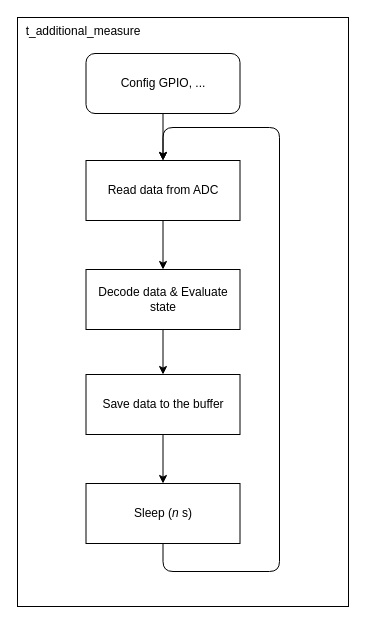
petrkucerak/diplom-thesis keeps this draw.io diagram as schematic/05-sw-flow-running-non-SIL-additional_measure.drawio. Above is the earlier version. Source tidied: cells renumbered, new cells numbered last; positions are measured from the earlier drawing's top-left corner, leaving out a move shared by most shapes. Both pictures are drawn from the tidied source at 100%, with x=0, y=0 at pixel (-520, -102).
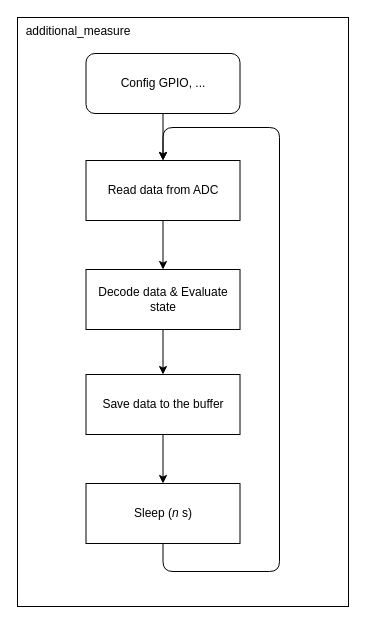
The same diagram, later.

The edit, as a diff of the source:
```diff
@@
 <mxGraphModel>
   <root>
     <mxCell id="0" />
     <mxCell id="1" parent="0" />
-    <mxCell id="2" value="&amp;nbsp; t_additional_measure" style="rounded=0;whiteSpace=wrap;html=1;align=left;verticalAlign=top;" parent="1" vertex="1">
+    <mxCell id="2" value="&amp;nbsp; additional_measure" style="rounded=0;whiteSpace=wrap;html=1;align=left;verticalAlign=top;" parent="1" vertex="1">
       <mxGeometry x="537" y="119" width="331" height="589" as="geometry" />
     </mxCell>
     <mxCell id="3" style="edgeStyle=none;html=1;exitX=0.5;exitY=1;exitDx=0;exitDy=0;" parent="1" edge="1" source="4" target="10">
       <mxGeometry relative="1" as="geometry" />
     </mxCell>
     <mxCell id="4" value="Read data from ADC" style="rounded=0;whiteSpace=wrap;html=1;flipV=1;flipH=1;" parent="1" vertex="1">
       <mxGeometry x="605.5" y="262" width="154" height="60" as="geometry" />
     </mxCell>
     <mxCell id="5" style="edgeStyle=orthogonalEdgeStyle;html=1;exitX=0.5;exitY=1;exitDx=0;exitDy=0;entryX=0.5;entryY=0;entryDx=0;entryDy=0;" parent="1" edge="1" source="6" target="8">
       <mxGeometry relative="1" as="geometry" />
     </mxCell>
     <mxCell id="6" value="Save data to the buffer" style="rounded=0;whiteSpace=wrap;html=1;flipV=1;flipH=1;" parent="1" vertex="1">
       <mxGeometry x="605.5" y="476" width="154" height="60" as="geometry" />
     </mxCell>
     <mxCell id="7" style="edgeStyle=orthogonalEdgeStyle;html=1;exitX=0.5;exitY=1;exitDx=0;exitDy=0;entryX=0.5;entryY=0;entryDx=0;entryDy=0;" parent="1" edge="1" source="8" target="4">
       <mxGeometry relative="1" as="geometry">
         <Array as="points">
           <mxPoint x="682" y="673" />
           <mxPoint x="799" y="673" />
           <mxPoint x="799" y="229" />
           <mxPoint x="682" y="229" />
         </Array>
       </mxGeometry>
     </mxCell>
     <mxCell id="8" value="Sleep (&lt;i&gt;n&lt;/i&gt; s)" style="rounded=0;whiteSpace=wrap;html=1;flipV=1;flipH=1;" parent="1" vertex="1">
       <mxGeometry x="605.5" y="585" width="154" height="60" as="geometry" />
     </mxCell>
     <mxCell id="9" style="edgeStyle=none;html=1;exitX=0.5;exitY=1;exitDx=0;exitDy=0;" parent="1" edge="1" source="10" target="6">
       <mxGeometry relative="1" as="geometry" />
     </mxCell>
     <mxCell id="10" value="Decode data &amp;amp; Evaluate state" style="rounded=0;whiteSpace=wrap;html=1;flipV=1;flipH=1;" parent="1" vertex="1">
       <mxGeometry x="605.5" y="371" width="154" height="60" as="geometry" />
     </mxCell>
     <mxCell id="11" style="edgeStyle=none;html=1;exitX=0.5;exitY=1;exitDx=0;exitDy=0;" parent="1" edge="1" source="12" target="4">
       <mxGeometry relative="1" as="geometry" />
     </mxCell>
     <mxCell id="12" value="Config GPIO, ..." style="rounded=1;whiteSpace=wrap;html=1;flipV=1;flipH=1;" parent="1" vertex="1">
       <mxGeometry x="605.5" y="155" width="154" height="60" as="geometry" />
     </mxCell>
     <mxCell id="13" style="edgeStyle=orthogonalEdgeStyle;html=1;exitX=0.5;exitY=1;exitDx=0;exitDy=0;entryX=0.5;entryY=1;entryDx=0;entryDy=0;" parent="1" edge="1">
       <mxGeometry relative="1" as="geometry">
         <mxPoint x="342" as="targetPoint" />
         <Array as="points">
           <mxPoint y="85" />
           <mxPoint x="342" y="85" />
         </Array>
       </mxGeometry>
     </mxCell>
   </root>
 </mxGraphModel>
```
